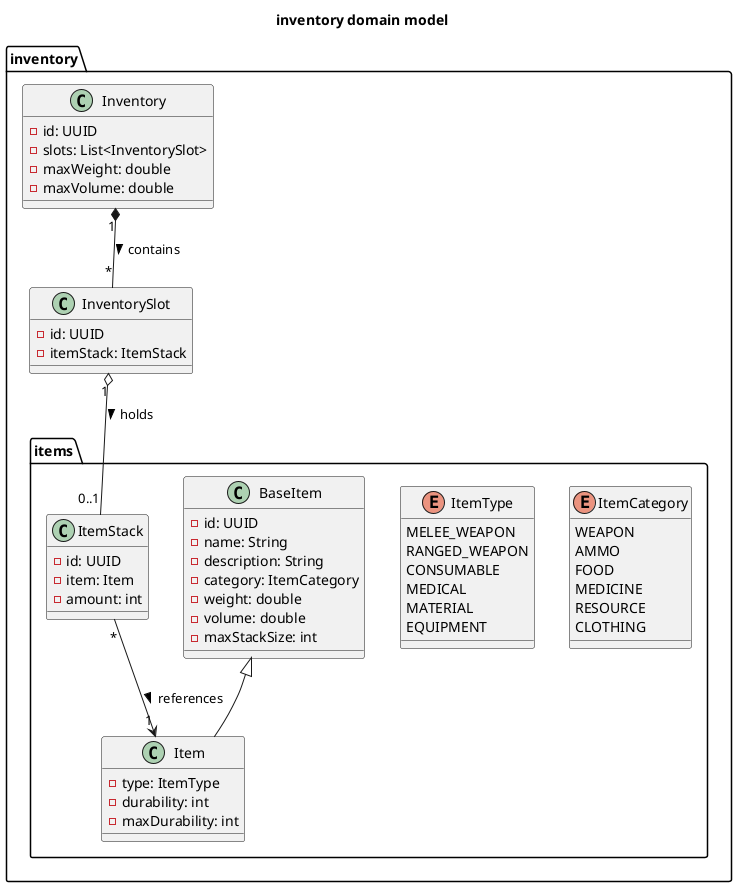
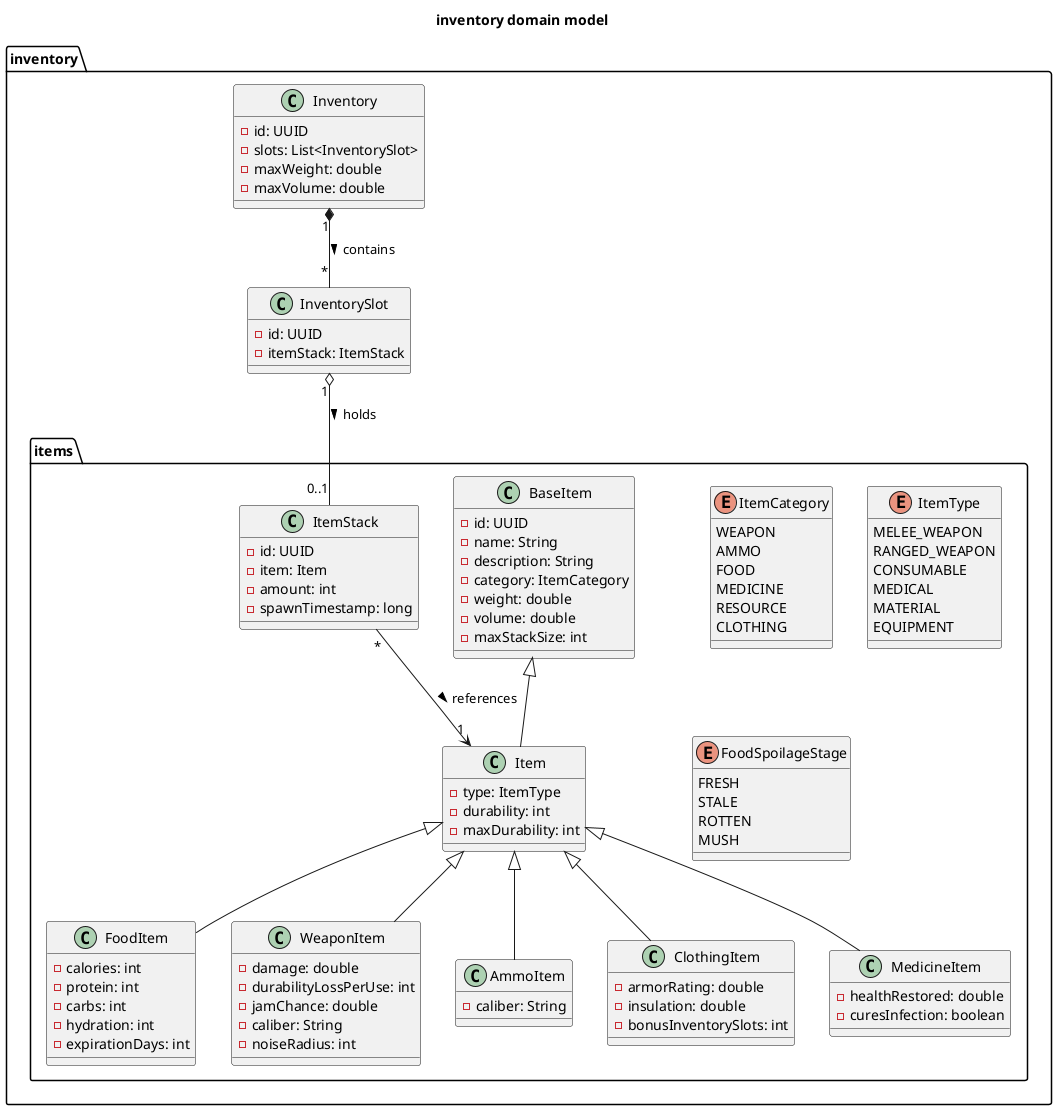
@startuml
title inventory domain model

package inventory {
    class Inventory {
        - id: UUID
        - slots: List<InventorySlot>
        - maxWeight: double
        - maxVolume: double
    }

    class InventorySlot {
        - id: UUID
        - itemStack: ItemStack
    }

    package items {

        enum ItemCategory {
            WEAPON
            AMMO
            FOOD
            MEDICINE
            RESOURCE
            CLOTHING
        }

        enum ItemType {
            MELEE_WEAPON
            RANGED_WEAPON
            CONSUMABLE
            MEDICAL
            MATERIAL
            EQUIPMENT
        }

        class BaseItem {
            - id: UUID
            - name: String
            - description: String
            - category: ItemCategory
            - weight: double
            - volume: double
            - maxStackSize: int
        }

        class Item extends BaseItem {
            - type: ItemType
            - durability: int
            - maxDurability: int
        }

+         class FoodItem extends Item {
+             - calories: int
+             - protein: int
+             - carbs: int
+             - hydration: int
+             - expirationDays: int
+         }
+ 
+         class WeaponItem extends Item {
+             - damage: double
+             - durabilityLossPerUse: int
+             - jamChance: double
+             - caliber: String
+             - noiseRadius: int
+         }
+ 
+         class AmmoItem extends Item {
+             - caliber: String
+         }
+ 
+         class ClothingItem extends Item {
+             - armorRating: double
+             - insulation: double
+             - bonusInventorySlots: int
+         }
+ 
+         class MedicineItem extends Item {
+             - healthRestored: double
+             - curesInfection: boolean
+         }
+ 
+         enum FoodSpoilageStage {
+             FRESH
+             STALE
+             ROTTEN
+             MUSH
+         }
+ 
        class ItemStack {
            - id: UUID
            - item: Item
            - amount: int
+             - spawnTimestamp: long
        }
    }

    Inventory "1" *-- "*" InventorySlot : contains >
    InventorySlot "1" o-- "0..1" ItemStack : holds >
    ItemStack "*" --> "1" Item : references >
}
@enduml